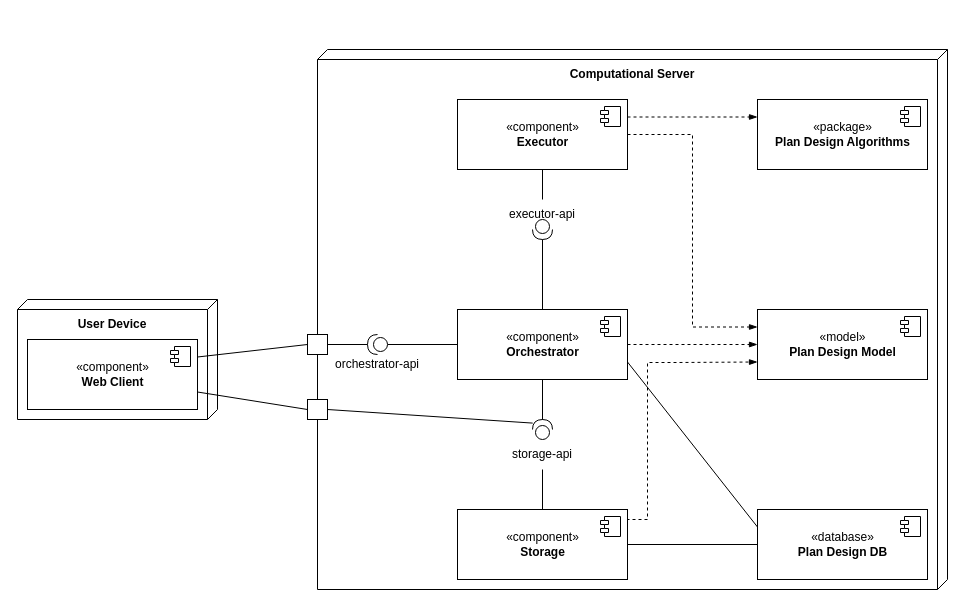
The draw.io diagram master/sources/diploma/architecture/diagrams/common/component.drawio in stalker-fc/diploma, before the edit. Source tidied: cells renumbered, new cells numbered last; positions are measured from the earlier drawing's top-left corner, leaving out a move shared by most shapes. Both pictures are drawn from the tidied source at 100%, with x=0, y=0 at pixel (17, 49).
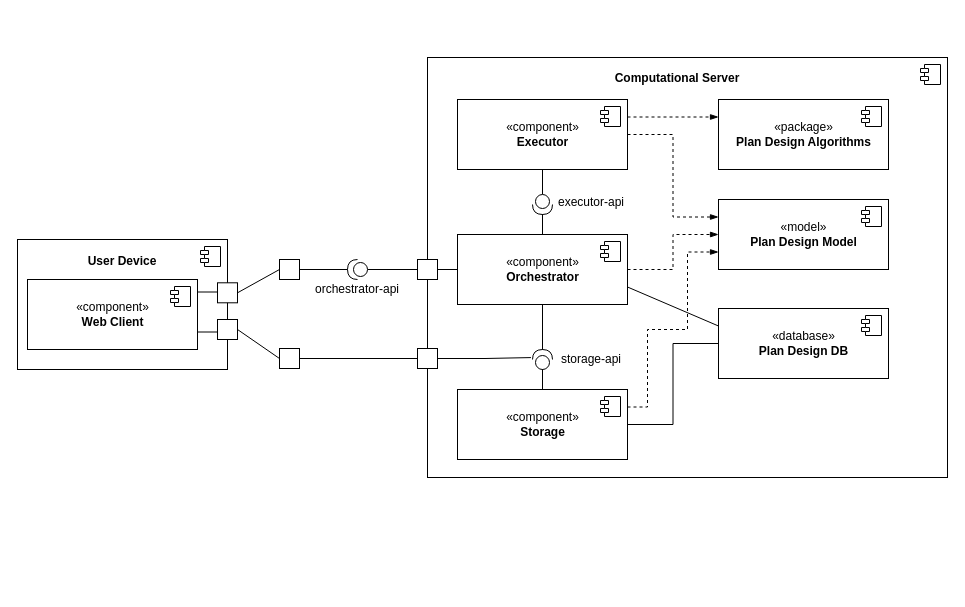
The same diagram, later.

Unchanged cells that the change refers to:
```xml
<mxCell id="12" value="«component»&lt;br&gt;&lt;b&gt;Executor&lt;/b&gt;" style="html=1;" parent="1" vertex="1">
  <mxGeometry x="440" y="50" width="170" height="70" as="geometry" />
</mxCell>
```

Change to the diagram source:
```diff
@@
-    <mxCell id="2" style="verticalAlign=top;align=left;spacingTop=8;spacingLeft=2;spacingRight=12;shape=cube;size=10;direction=south;fontStyle=4;html=1;" parent="1" vertex="1">
-      <mxGeometry x="300" width="630" height="540" as="geometry" />
-    </mxCell>
+    <mxCell id="44" style="group;" parent="1" vertex="1">
+      <mxGeometry x="390" y="8" width="540" height="530" as="geometry" />
+    </mxCell>
+    <mxCell id="45" style="html=1;" parent="44" vertex="1">
+      <mxGeometry x="20" width="520" height="420" as="geometry" />
+    </mxCell>
+    <mxCell id="46" style="shape=module;jettyWidth=8;jettyHeight=4;" parent="45" vertex="1">
+      <mxGeometry x="1" width="20" height="20" relative="1" as="geometry">
+        <mxPoint x="-27" y="7" as="offset" />
+      </mxGeometry>
+    </mxCell>
-    <mxCell id="3" value="&lt;b&gt;Computational Server&lt;/b&gt;" style="text;html=1;strokeColor=none;fillColor=none;align=center;verticalAlign=middle;whiteSpace=wrap;rounded=0;" parent="1" vertex="1">
-      <mxGeometry x="550" y="10" width="130" height="30" as="geometry" />
+    <mxCell id="3" value="&lt;b&gt;Computational Server&lt;/b&gt;" style="text;html=1;strokeColor=none;fillColor=none;align=center;verticalAlign=middle;whiteSpace=wrap;rounded=0;" parent="44" vertex="1">
+      <mxGeometry x="162" y="-40" width="216" height="122.3" as="geometry" />
     </mxCell>
-    <mxCell id="4" style="verticalAlign=top;align=left;spacingTop=8;spacingLeft=2;spacingRight=12;shape=cube;size=10;direction=south;fontStyle=4;html=1;" parent="1" vertex="1">
-      <mxGeometry y="250" width="200" height="120" as="geometry" />
-    </mxCell>
+    <mxCell id="34" value="storage-api" style="text;html=1;strokeColor=none;fillColor=none;align=center;verticalAlign=middle;whiteSpace=wrap;rounded=0;" parent="44" vertex="1">
+      <mxGeometry x="134" y="287" width="100" height="30" as="geometry" />
+    </mxCell>
+    <mxCell id="29" value="executor-api" style="text;html=1;strokeColor=none;fillColor=none;align=center;verticalAlign=middle;whiteSpace=wrap;rounded=0;" parent="44" vertex="1">
+      <mxGeometry x="134" y="130" width="100" height="30" as="geometry" />
+    </mxCell>
+    <mxCell id="47" style="whiteSpace=wrap;html=1;" parent="44" vertex="1">
+      <mxGeometry x="10" y="291" width="20" height="20" as="geometry" />
+    </mxCell>
+    <mxCell id="48" style="whiteSpace=wrap;html=1;" parent="44" vertex="1">
+      <mxGeometry x="10" y="202" width="20" height="20" as="geometry" />
+    </mxCell>
+    <mxCell id="18" value="«database»&lt;br&gt;&lt;b&gt;Plan Design DB&lt;/b&gt;" style="html=1;" parent="44" vertex="1">
+      <mxGeometry x="311" y="251" width="170" height="70" as="geometry" />
+    </mxCell>
+    <mxCell id="19" style="shape=module;jettyWidth=8;jettyHeight=4;" parent="18" vertex="1">
+      <mxGeometry x="1" width="20" height="20" relative="1" as="geometry">
+        <mxPoint x="-27" y="7" as="offset" />
+      </mxGeometry>
+    </mxCell>
+    <mxCell id="25" value="«model»&lt;br&gt;&lt;b&gt;Plan Design Model&lt;/b&gt;" style="html=1;" parent="44" vertex="1">
+      <mxGeometry x="311" y="142" width="170" height="70" as="geometry" />
+    </mxCell>
+    <mxCell id="26" style="shape=module;jettyWidth=8;jettyHeight=4;" parent="25" vertex="1">
+      <mxGeometry x="1" width="20" height="20" relative="1" as="geometry">
+        <mxPoint x="-27" y="7" as="offset" />
+      </mxGeometry>
+    </mxCell>
+    <mxCell id="31" style="shape=providedRequiredInterface;html=1;verticalLabelPosition=bottom;sketch=0;direction=north;" parent="44" vertex="1">
+      <mxGeometry x="125" y="292" width="20" height="20" as="geometry" />
+    </mxCell>
+    <mxCell id="49" style="edgeStyle=orthogonalEdgeStyle;rounded=0;jettySize=auto;html=1;exitX=1;exitY=0.5;exitDx=0;exitDy=0;entryX=0.596;entryY=-0.078;entryDx=0;entryDy=0;entryPerimeter=0;endArrow=none;endFill=0;" parent="44" edge="1" source="47" target="31">
+      <mxGeometry relative="1" as="geometry" />
+    </mxCell>
-    <mxCell id="5" style="edgeStyle=orthogonalEdgeStyle;rounded=0;jettySize=auto;html=1;exitX=1;exitY=0.5;exitDx=0;exitDy=0;entryX=0;entryY=0.75;entryDx=0;entryDy=0;endArrow=blockThin;endFill=1;dashed=1;" parent="1" edge="1" source="7" target="25">
+    <mxCell id="5" style="edgeStyle=orthogonalEdgeStyle;rounded=0;jettySize=auto;html=1;exitX=1;exitY=0.25;exitDx=0;exitDy=0;entryX=0;entryY=0.75;entryDx=0;entryDy=0;endArrow=blockThin;endFill=1;dashed=1;" parent="44" edge="1" source="7" target="25">
       <mxGeometry relative="1" as="geometry">
         <Array as="points">
-          <mxPoint x="610" y="470" />
-          <mxPoint x="630" y="470" />
-          <mxPoint x="630" y="313" />
-          <mxPoint x="660" y="313" />
+          <mxPoint x="240" y="350" />
+          <mxPoint x="240" y="272" />
+          <mxPoint x="280" y="272" />
+          <mxPoint x="280" y="194" />
         </Array>
       </mxGeometry>
     </mxCell>
-    <mxCell id="6" style="edgeStyle=orthogonalEdgeStyle;rounded=0;jettySize=auto;html=1;exitX=1;exitY=0.5;exitDx=0;exitDy=0;entryX=0;entryY=0.5;entryDx=0;entryDy=0;endArrow=none;endFill=0;" parent="1" edge="1" source="7" target="18">
-      <mxGeometry relative="1" as="geometry" />
-    </mxCell>
-    <mxCell id="7" value="«component»&lt;br&gt;&lt;b&gt;Storage&lt;/b&gt;" style="html=1;" parent="1" vertex="1">
-      <mxGeometry x="440" y="460" width="170" height="70" as="geometry" />
+    <mxCell id="7" value="«component»&lt;br&gt;&lt;b&gt;Storage&lt;/b&gt;" style="html=1;" parent="44" vertex="1">
+      <mxGeometry x="50" y="332" width="170" height="70" as="geometry" />
     </mxCell>
@@
+    <mxCell id="6" style="edgeStyle=orthogonalEdgeStyle;rounded=0;jettySize=auto;html=1;exitX=1;exitY=0.5;exitDx=0;exitDy=0;entryX=0;entryY=0.5;entryDx=0;entryDy=0;endArrow=none;endFill=0;" parent="44" edge="1" source="7" target="18">
+      <mxGeometry relative="1" as="geometry" />
+    </mxCell>
+    <mxCell id="32" style="edgeStyle=orthogonalEdgeStyle;rounded=0;jettySize=auto;html=1;endArrow=none;endFill=0;exitX=0;exitY=0.5;exitDx=0;exitDy=0;exitPerimeter=0;" parent="44" edge="1" source="31" target="7">
+      <mxGeometry relative="1" as="geometry" />
+    </mxCell>
+    <mxCell id="50" style="group;" parent="1" vertex="1">
+      <mxGeometry y="190" width="220" height="130" as="geometry" />
+    </mxCell>
+    <mxCell id="51" style="html=1;" parent="50" vertex="1">
+      <mxGeometry width="210" height="130" as="geometry" />
+    </mxCell>
+    <mxCell id="52" style="shape=module;jettyWidth=8;jettyHeight=4;" parent="51" vertex="1">
+      <mxGeometry x="1" width="20" height="20" relative="1" as="geometry">
+        <mxPoint x="-27" y="7" as="offset" />
+      </mxGeometry>
+    </mxCell>
+    <mxCell id="24" value="&lt;b&gt;User Device&lt;/b&gt;" style="text;html=1;strokeColor=none;fillColor=none;align=center;verticalAlign=middle;whiteSpace=wrap;rounded=0;" parent="50" vertex="1">
+      <mxGeometry x="35" width="140" height="43.3" as="geometry" />
+    </mxCell>
+    <mxCell id="53" style="edgeStyle=orthogonalEdgeStyle;rounded=0;orthogonalLoop=1;jettySize=auto;html=1;exitX=1;exitY=0.25;exitDx=0;exitDy=0;entryX=0;entryY=0.5;entryDx=0;entryDy=0;endArrow=none;endFill=0;" parent="50" edge="1">
+      <mxGeometry relative="1" as="geometry">
+        <mxPoint x="180" y="52.5" as="sourcePoint" />
+        <mxPoint x="200" y="48.3" as="targetPoint" />
+      </mxGeometry>
+    </mxCell>
+    <mxCell id="54" style="edgeStyle=orthogonalEdgeStyle;rounded=0;jettySize=auto;html=1;exitX=1;exitY=0.75;exitDx=0;exitDy=0;entryX=0;entryY=0.5;entryDx=0;entryDy=0;endArrow=none;endFill=0;" parent="50" edge="1" source="22" target="56">
+      <mxGeometry relative="1" as="geometry" />
+    </mxCell>
+    <mxCell id="22" value="«component»&lt;br&gt;&lt;b&gt;Web Client&lt;/b&gt;" style="html=1;" parent="50" vertex="1">
+      <mxGeometry x="10" y="40" width="170" height="70" as="geometry" />
+    </mxCell>
+    <mxCell id="23" style="shape=module;jettyWidth=8;jettyHeight=4;" parent="22" vertex="1">
+      <mxGeometry x="1" width="20" height="20" relative="1" as="geometry">
+        <mxPoint x="-27" y="7" as="offset" />
+      </mxGeometry>
+    </mxCell>
+    <mxCell id="55" style="whiteSpace=wrap;html=1;" parent="50" vertex="1">
+      <mxGeometry x="200" y="43.3" width="20" height="20" as="geometry" />
+    </mxCell>
+    <mxCell id="56" style="whiteSpace=wrap;html=1;" parent="50" vertex="1">
+      <mxGeometry x="200" y="80" width="20" height="20" as="geometry" />
+    </mxCell>
-    <mxCell id="9" style="edgeStyle=orthogonalEdgeStyle;rounded=0;jettySize=auto;html=1;exitX=0.5;exitY=1;exitDx=0;exitDy=0;entryX=0.5;entryY=0;entryDx=0;entryDy=0;endArrow=none;endFill=0;" parent="1" edge="1" source="12" target="29">
+    <mxCell id="9" style="edgeStyle=orthogonalEdgeStyle;rounded=0;jettySize=auto;html=1;exitX=0.5;exitY=1;exitDx=0;exitDy=0;entryX=0;entryY=0.5;entryDx=0;entryDy=0;endArrow=none;endFill=0;entryPerimeter=0;" parent="1" edge="1" source="12" target="28">
       <mxGeometry relative="1" as="geometry" />
     </mxCell>
@@
+    <mxCell id="57" style="edgeStyle=orthogonalEdgeStyle;rounded=0;jettySize=auto;html=1;exitX=0;exitY=0.5;exitDx=0;exitDy=0;entryX=1;entryY=0.5;entryDx=0;entryDy=0;endArrow=none;endFill=0;" parent="1" edge="1" source="16" target="48">
+      <mxGeometry relative="1" as="geometry" />
+    </mxCell>
     <mxCell id="16" value="«component»&lt;br&gt;&lt;b&gt;Orchestrator&lt;/b&gt;" style="html=1;" parent="1" vertex="1">
-      <mxGeometry x="440" y="260" width="170" height="70" as="geometry" />
+      <mxGeometry x="440" y="185" width="170" height="70" as="geometry" />
     </mxCell>
@@
-    <mxCell id="18" value="«database»&lt;br&gt;&lt;b&gt;Plan Design DB&lt;/b&gt;" style="html=1;" parent="1" vertex="1">
-      <mxGeometry x="740" y="460" width="170" height="70" as="geometry" />
-    </mxCell>
-    <mxCell id="19" style="shape=module;jettyWidth=8;jettyHeight=4;" parent="18" vertex="1">
-      <mxGeometry x="1" width="20" height="20" relative="1" as="geometry">
-        <mxPoint x="-27" y="7" as="offset" />
-      </mxGeometry>
-    </mxCell>
-    <mxCell id="20" style="edgeStyle=none;rounded=0;jettySize=auto;html=1;exitX=1;exitY=0.25;exitDx=0;exitDy=0;entryX=0;entryY=0.5;entryDx=0;entryDy=0;endArrow=none;endFill=0;" parent="1" edge="1" source="22" target="39">
-      <mxGeometry relative="1" as="geometry" />
-    </mxCell>
-    <mxCell id="21" style="edgeStyle=none;rounded=0;jettySize=auto;html=1;exitX=1;exitY=0.75;exitDx=0;exitDy=0;entryX=0;entryY=0.5;entryDx=0;entryDy=0;endArrow=none;endFill=0;" parent="1" edge="1" source="22" target="41">
-      <mxGeometry relative="1" as="geometry" />
-    </mxCell>
-    <mxCell id="22" value="«component»&lt;br&gt;&lt;b&gt;Web Client&lt;/b&gt;" style="html=1;" parent="1" vertex="1">
-      <mxGeometry x="10" y="290" width="170" height="70" as="geometry" />
-    </mxCell>
-    <mxCell id="23" style="shape=module;jettyWidth=8;jettyHeight=4;" parent="22" vertex="1">
-      <mxGeometry x="1" width="20" height="20" relative="1" as="geometry">
-        <mxPoint x="-27" y="7" as="offset" />
-      </mxGeometry>
-    </mxCell>
-    <mxCell id="24" value="&lt;b&gt;User Device&lt;/b&gt;" style="text;html=1;strokeColor=none;fillColor=none;align=center;verticalAlign=middle;whiteSpace=wrap;rounded=0;" parent="1" vertex="1">
-      <mxGeometry x="55" y="260" width="80" height="30" as="geometry" />
-    </mxCell>
-    <mxCell id="25" value="«model»&lt;br&gt;&lt;b&gt;Plan Design Model&lt;/b&gt;" style="html=1;" parent="1" vertex="1">
-      <mxGeometry x="740" y="260" width="170" height="70" as="geometry" />
-    </mxCell>
-    <mxCell id="26" style="shape=module;jettyWidth=8;jettyHeight=4;" parent="25" vertex="1">
-      <mxGeometry x="1" width="20" height="20" relative="1" as="geometry">
-        <mxPoint x="-27" y="7" as="offset" />
-      </mxGeometry>
-    </mxCell>
@@
     <mxCell id="28" style="shape=providedRequiredInterface;html=1;verticalLabelPosition=bottom;sketch=0;rotation=90;" parent="1" vertex="1">
-      <mxGeometry x="515" y="170" width="20" height="20" as="geometry" />
+      <mxGeometry x="515" y="145" width="20" height="20" as="geometry" />
     </mxCell>
-    <mxCell id="29" value="executor-api" style="text;html=1;strokeColor=none;fillColor=none;align=center;verticalAlign=middle;whiteSpace=wrap;rounded=0;" parent="1" vertex="1">
-      <mxGeometry x="475" y="150" width="100" height="30" as="geometry" />
-    </mxCell>
@@
-    <mxCell id="31" style="shape=providedRequiredInterface;html=1;verticalLabelPosition=bottom;sketch=0;direction=north;" parent="1" vertex="1">
-      <mxGeometry x="515" y="370" width="20" height="20" as="geometry" />
-    </mxCell>
-    <mxCell id="32" style="edgeStyle=orthogonalEdgeStyle;rounded=0;jettySize=auto;html=1;exitX=0.5;exitY=1;exitDx=0;exitDy=0;endArrow=none;endFill=0;" parent="1" edge="1" source="34" target="7">
-      <mxGeometry relative="1" as="geometry" />
-    </mxCell>
@@
-    <mxCell id="34" value="storage-api" style="text;html=1;strokeColor=none;fillColor=none;align=center;verticalAlign=middle;whiteSpace=wrap;rounded=0;" parent="1" vertex="1">
-      <mxGeometry x="475" y="390" width="100" height="30" as="geometry" />
-    </mxCell>
-    <mxCell id="35" style="edgeStyle=orthogonalEdgeStyle;rounded=0;jettySize=auto;html=1;exitX=0;exitY=0.5;exitDx=0;exitDy=0;exitPerimeter=0;endArrow=none;endFill=0;" parent="1" edge="1" source="37" target="16">
-      <mxGeometry relative="1" as="geometry" />
-    </mxCell>
@@
+    <mxCell id="58" style="edgeStyle=none;rounded=0;jettySize=auto;html=1;exitX=0;exitY=0.5;exitDx=0;exitDy=0;exitPerimeter=0;entryX=0;entryY=0.5;entryDx=0;entryDy=0;endArrow=none;endFill=0;" parent="1" edge="1" source="37" target="48">
+      <mxGeometry relative="1" as="geometry" />
+    </mxCell>
     <mxCell id="37" style="shape=providedRequiredInterface;html=1;verticalLabelPosition=bottom;sketch=0;direction=west;" parent="1" vertex="1">
-      <mxGeometry x="350" y="285" width="20" height="20" as="geometry" />
+      <mxGeometry x="330" y="210" width="20" height="20" as="geometry" />
     </mxCell>
     <mxCell id="38" value="orchestrator-api" style="text;html=1;strokeColor=none;fillColor=none;align=center;verticalAlign=middle;whiteSpace=wrap;rounded=0;" parent="1" vertex="1">
-      <mxGeometry x="310" y="300" width="100" height="30" as="geometry" />
+      <mxGeometry x="290" y="225" width="100" height="30" as="geometry" />
     </mxCell>
     <mxCell id="39" style="whiteSpace=wrap;html=1;" parent="1" vertex="1">
-      <mxGeometry x="290" y="285" width="20" height="20" as="geometry" />
+      <mxGeometry x="262" y="210" width="20" height="20" as="geometry" />
     </mxCell>
-    <mxCell id="40" style="rounded=0;jettySize=auto;html=1;exitX=1;exitY=0.5;exitDx=0;exitDy=0;entryX=0.82;entryY=0.01;entryDx=0;entryDy=0;entryPerimeter=0;endArrow=none;endFill=0;" parent="1" edge="1" source="41" target="31">
-      <mxGeometry relative="1" as="geometry" />
-    </mxCell>
+    <mxCell id="59" style="edgeStyle=orthogonalEdgeStyle;rounded=0;jettySize=auto;html=1;exitX=1;exitY=0.5;exitDx=0;exitDy=0;entryX=0;entryY=0.5;entryDx=0;entryDy=0;endArrow=none;endFill=0;" parent="1" edge="1" source="41" target="47">
+      <mxGeometry relative="1" as="geometry" />
+    </mxCell>
     <mxCell id="41" style="whiteSpace=wrap;html=1;" parent="1" vertex="1">
-      <mxGeometry x="290" y="350" width="20" height="20" as="geometry" />
+      <mxGeometry x="262" y="299" width="20" height="20" as="geometry" />
     </mxCell>
     <mxCell id="42" value="«package»&lt;br&gt;&lt;b&gt;Plan Design Algorithms&lt;/b&gt;" style="html=1;" parent="1" vertex="1">
-      <mxGeometry x="740" y="50" width="170" height="70" as="geometry" />
+      <mxGeometry x="701" y="50" width="170" height="70" as="geometry" />
     </mxCell>
@@
+    <mxCell id="60" style="rounded=0;jettySize=auto;html=1;exitX=1;exitY=0.5;exitDx=0;exitDy=0;entryX=0;entryY=0.5;entryDx=0;entryDy=0;endArrow=none;endFill=0;" parent="1" edge="1" source="55" target="39">
+      <mxGeometry relative="1" as="geometry" />
+    </mxCell>
+    <mxCell id="61" style="rounded=0;jettySize=auto;html=1;exitX=1;exitY=0.5;exitDx=0;exitDy=0;entryX=0;entryY=0.5;entryDx=0;entryDy=0;endArrow=none;endFill=0;" parent="1" edge="1" source="56" target="41">
+      <mxGeometry relative="1" as="geometry" />
+    </mxCell>
```
